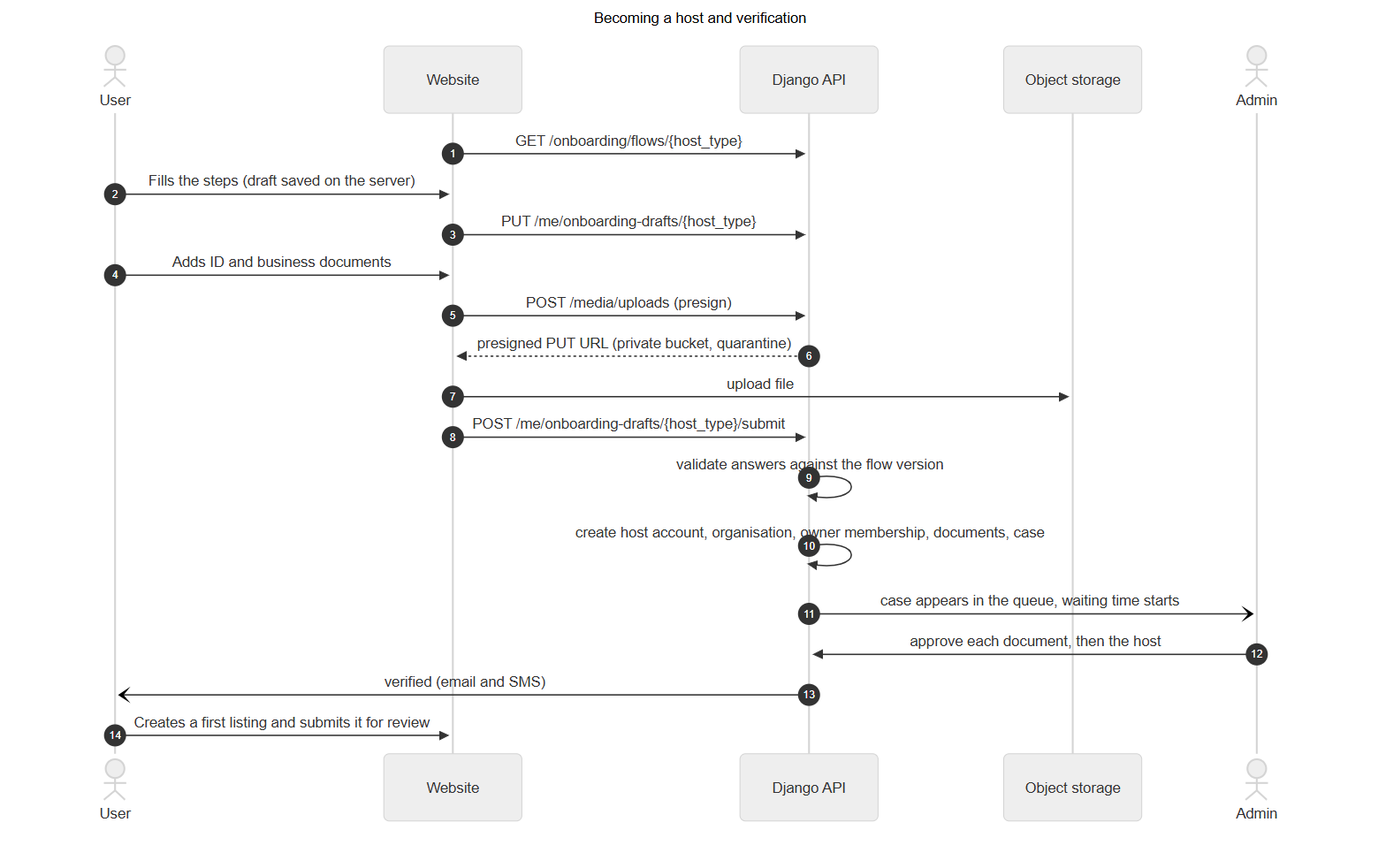
This is docs/backend/diagrams/rendered/23-seq-host-onboarding.png from med-amine-ok/darna, a Mermaid export, as it was before one commit. Its source is kept beside it as docs/backend/diagrams/23-seq-host-onboarding.mmd. The source it was exported from:
```mermaid
---
title: Becoming a host and verification
---
sequenceDiagram
    autonumber
    actor U as User
    participant W as Website
    participant A as Django API
    participant S as Object storage
    actor M as Admin
    W->>A: GET /onboarding/flows/{host_type}
    U->>W: Fills the steps (draft saved on the server)
    W->>A: PUT /me/onboarding-drafts/{host_type}
    U->>W: Adds ID and business documents
    W->>A: POST /media/uploads (presign)
    A-->>W: presigned PUT URL (private bucket, quarantine)
    W->>S: upload file
    W->>A: POST /me/onboarding-drafts/{host_type}/submit
    A->>A: validate answers against the flow version
    A->>A: create host account, organisation, owner membership, documents, case
    A-)M: case appears in the queue, waiting time starts
    M->>A: approve each document, then the host
    A-)U: verified (email and SMS)
    U->>W: Creates a first listing and submits it for review
```
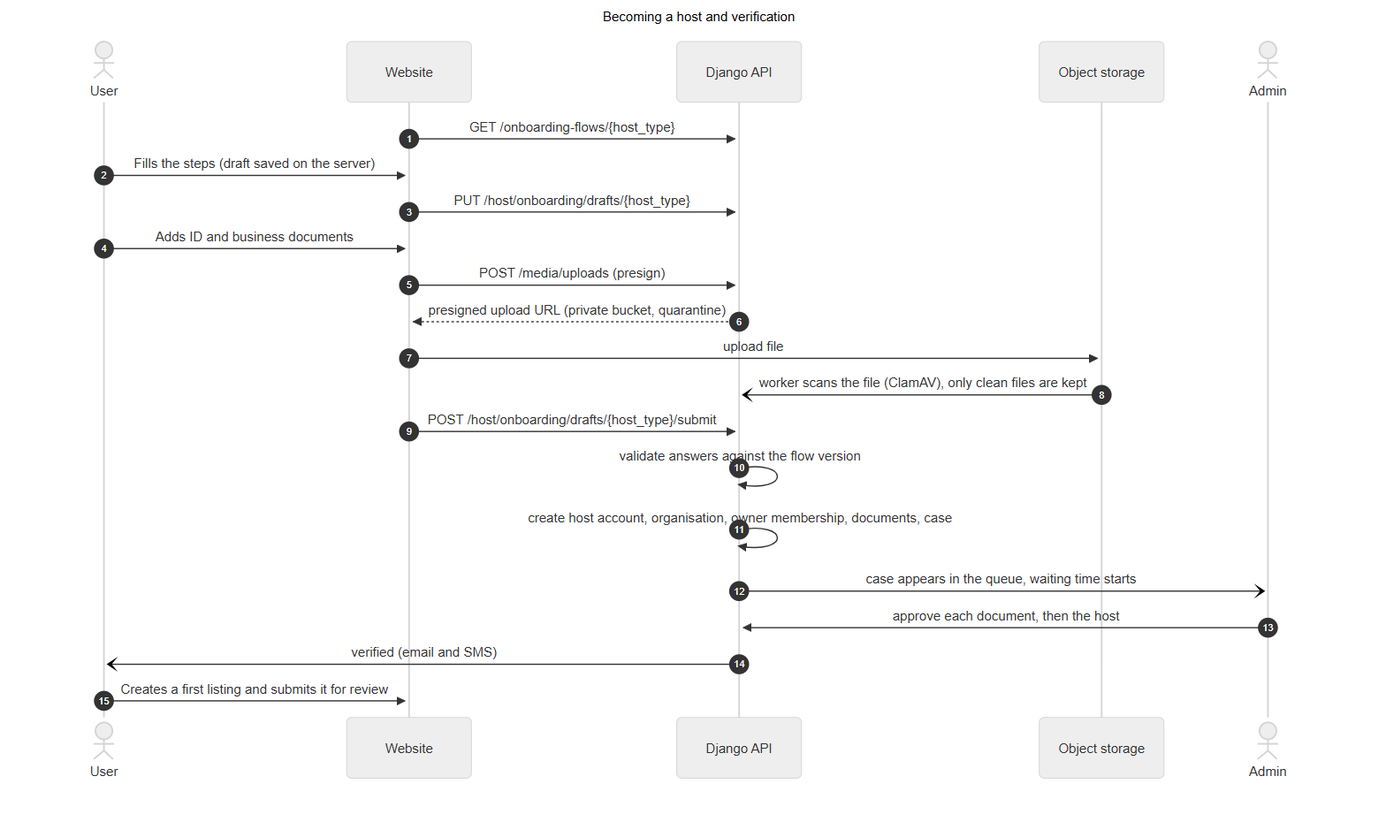
Above is the later version.

The edit, as a diff of the source:
```diff
@@ -8,14 +8,15 @@
     participant A as Django API
     participant S as Object storage
     actor M as Admin
-    W->>A: GET /onboarding/flows/{host_type}
+    W->>A: GET /onboarding-flows/{host_type}
     U->>W: Fills the steps (draft saved on the server)
-    W->>A: PUT /me/onboarding-drafts/{host_type}
+    W->>A: PUT /host/onboarding/drafts/{host_type}
     U->>W: Adds ID and business documents
     W->>A: POST /media/uploads (presign)
-    A-->>W: presigned PUT URL (private bucket, quarantine)
+    A-->>W: presigned upload URL (private bucket, quarantine)
     W->>S: upload file
-    W->>A: POST /me/onboarding-drafts/{host_type}/submit
+    S-)A: worker scans the file (ClamAV), only clean files are kept
+    W->>A: POST /host/onboarding/drafts/{host_type}/submit
     A->>A: validate answers against the flow version
     A->>A: create host account, organisation, owner membership, documents, case
     A-)M: case appears in the queue, waiting time starts
```
